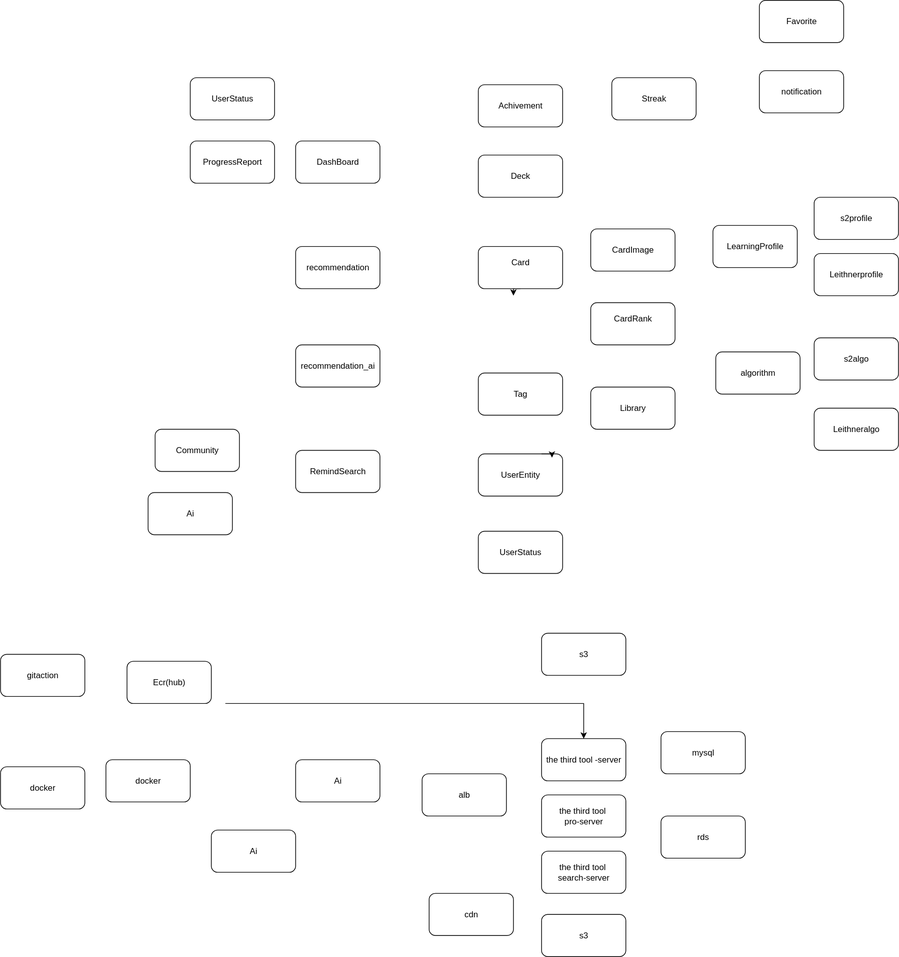
This is thirdtool.drawio.svg from Third-tool/third-tool-backend, a draw.io export, as it was before one commit. Source tidied: cells renumbered, new cells last; positions are measured from the earlier drawing's top-left corner, leaving out a move shared by most shapes.
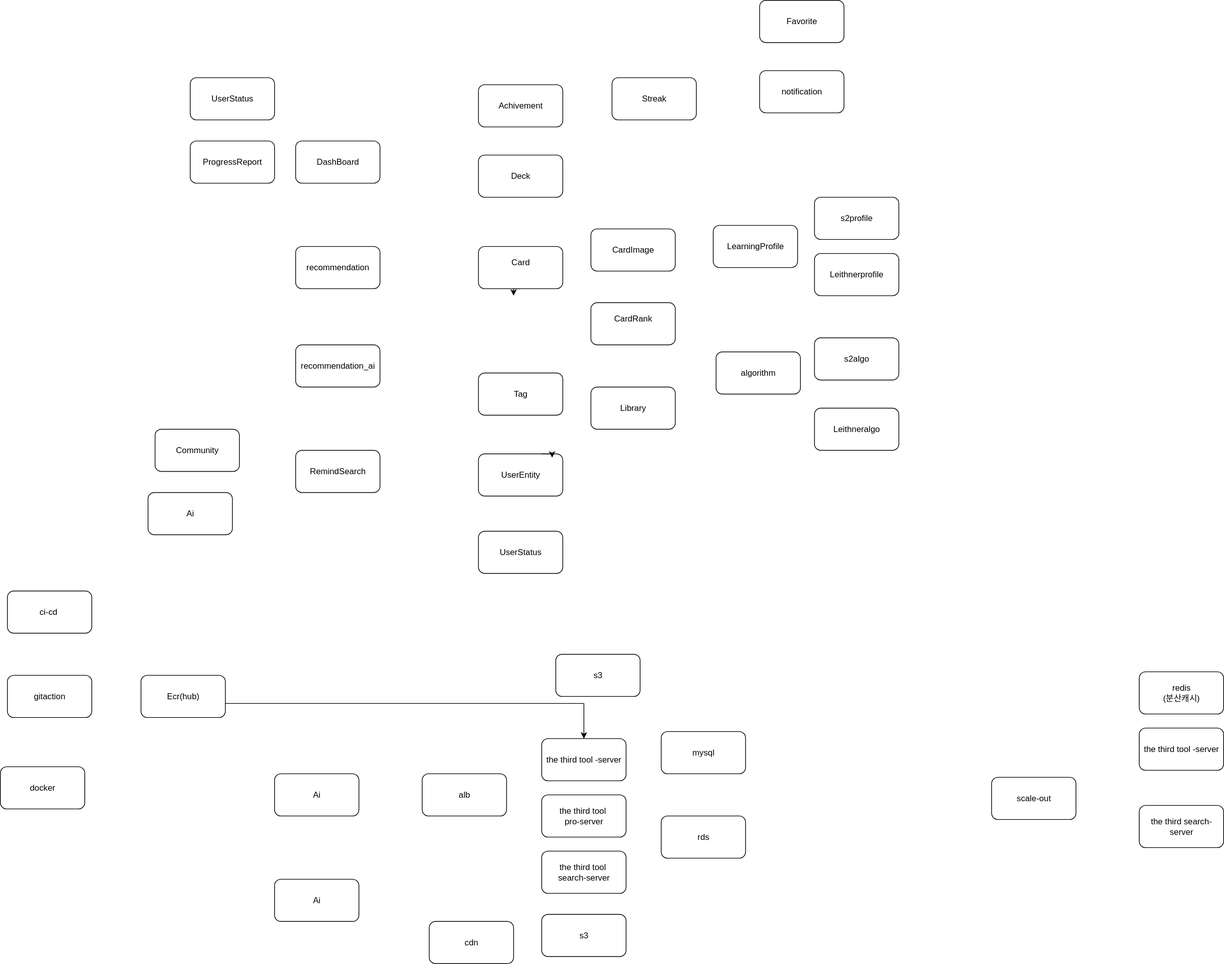
The same diagram one commit later.

What changed in the source:
```diff
@@ -97,10 +97,10 @@
       </mxGeometry>
     </mxCell>
     <mxCell id="32" value="Ecr(hub)" style="rounded=1;whiteSpace=wrap;html=1;" parent="1" vertex="1">
-      <mxGeometry x="180" y="940" width="120" height="60" as="geometry" />
+      <mxGeometry x="200" y="960" width="120" height="60" as="geometry" />
     </mxCell>
     <mxCell id="33" value="gitaction" style="rounded=1;whiteSpace=wrap;html=1;" parent="1" vertex="1">
-      <mxGeometry y="930" width="120" height="60" as="geometry" />
+      <mxGeometry x="10" y="960" width="120" height="60" as="geometry" />
     </mxCell>
     <mxCell id="34" value="docker" style="rounded=1;whiteSpace=wrap;html=1;" parent="1" vertex="1">
       <mxGeometry y="1090" width="120" height="60" as="geometry" />
@@ -109,16 +109,16 @@
       <mxGeometry x="940" y="1160" width="120" height="60" as="geometry" />
     </mxCell>
     <mxCell id="36" value="Ai" style="rounded=1;whiteSpace=wrap;html=1;" parent="1" vertex="1">
-      <mxGeometry x="300" y="1180" width="120" height="60" as="geometry" />
+      <mxGeometry x="390" y="1250" width="120" height="60" as="geometry" />
     </mxCell>
     <mxCell id="37" value="Ai" style="rounded=1;whiteSpace=wrap;html=1;" parent="1" vertex="1">
-      <mxGeometry x="420" y="1080" width="120" height="60" as="geometry" />
+      <mxGeometry x="390" y="1100" width="120" height="60" as="geometry" />
     </mxCell>
     <mxCell id="38" value="s3" style="rounded=1;whiteSpace=wrap;html=1;" parent="1" vertex="1">
       <mxGeometry x="770" y="1300" width="120" height="60" as="geometry" />
     </mxCell>
     <mxCell id="39" value="cdn" style="rounded=1;whiteSpace=wrap;html=1;" parent="1" vertex="1">
-      <mxGeometry x="610" y="1270" width="120" height="60" as="geometry" />
+      <mxGeometry x="610" y="1310" width="120" height="60" as="geometry" />
     </mxCell>
     <mxCell id="40" value="alb" style="rounded=1;whiteSpace=wrap;html=1;" parent="1" vertex="1">
       <mxGeometry x="600" y="1100" width="120" height="60" as="geometry" />
@@ -130,7 +130,7 @@
       <mxGeometry x="770" y="1050" width="120" height="60" as="geometry" />
     </mxCell>
     <mxCell id="43" value="s3" style="rounded=1;whiteSpace=wrap;html=1;" parent="1" vertex="1">
-      <mxGeometry x="770" y="900" width="120" height="60" as="geometry" />
+      <mxGeometry x="790" y="930" width="120" height="60" as="geometry" />
     </mxCell>
     <mxCell id="44" value="the third tool&amp;nbsp;&lt;div&gt;pro-server&lt;/div&gt;" style="rounded=1;whiteSpace=wrap;html=1;" parent="1" vertex="1">
       <mxGeometry x="770" y="1130" width="120" height="60" as="geometry" />
@@ -138,8 +138,20 @@
     <mxCell id="45" value="the third tool&amp;nbsp;&lt;div&gt;search-server&lt;/div&gt;" style="rounded=1;whiteSpace=wrap;html=1;" parent="1" vertex="1">
       <mxGeometry x="770" y="1210" width="120" height="60" as="geometry" />
     </mxCell>
-    <mxCell id="46" value="docker" style="rounded=1;whiteSpace=wrap;html=1;" parent="1" vertex="1">
-      <mxGeometry x="150" y="1080" width="120" height="60" as="geometry" />
+    <mxCell id="46" value="ci-cd&amp;nbsp;" style="rounded=1;whiteSpace=wrap;html=1;" parent="1" vertex="1">
+      <mxGeometry x="10" y="840" width="120" height="60" as="geometry" />
     </mxCell>
+    <mxCell id="47" value="the third tool -server" style="rounded=1;whiteSpace=wrap;html=1;" parent="1" vertex="1">
+      <mxGeometry x="1620" y="1035" width="120" height="60" as="geometry" />
+    </mxCell>
+    <mxCell id="48" value="redis&lt;div&gt;(분산캐시)&lt;/div&gt;" style="rounded=1;whiteSpace=wrap;html=1;" parent="1" vertex="1">
+      <mxGeometry x="1620" y="955" width="120" height="60" as="geometry" />
+    </mxCell>
+    <mxCell id="49" value="scale-out" style="rounded=1;whiteSpace=wrap;html=1;" parent="1" vertex="1">
+      <mxGeometry x="1410" y="1105" width="120" height="60" as="geometry" />
+    </mxCell>
+    <mxCell id="50" value="the third search-server" style="rounded=1;whiteSpace=wrap;html=1;" parent="1" vertex="1">
+      <mxGeometry x="1620" y="1145" width="120" height="60" as="geometry" />
+    </mxCell>
   </root>
 </mxGraphModel>
```
